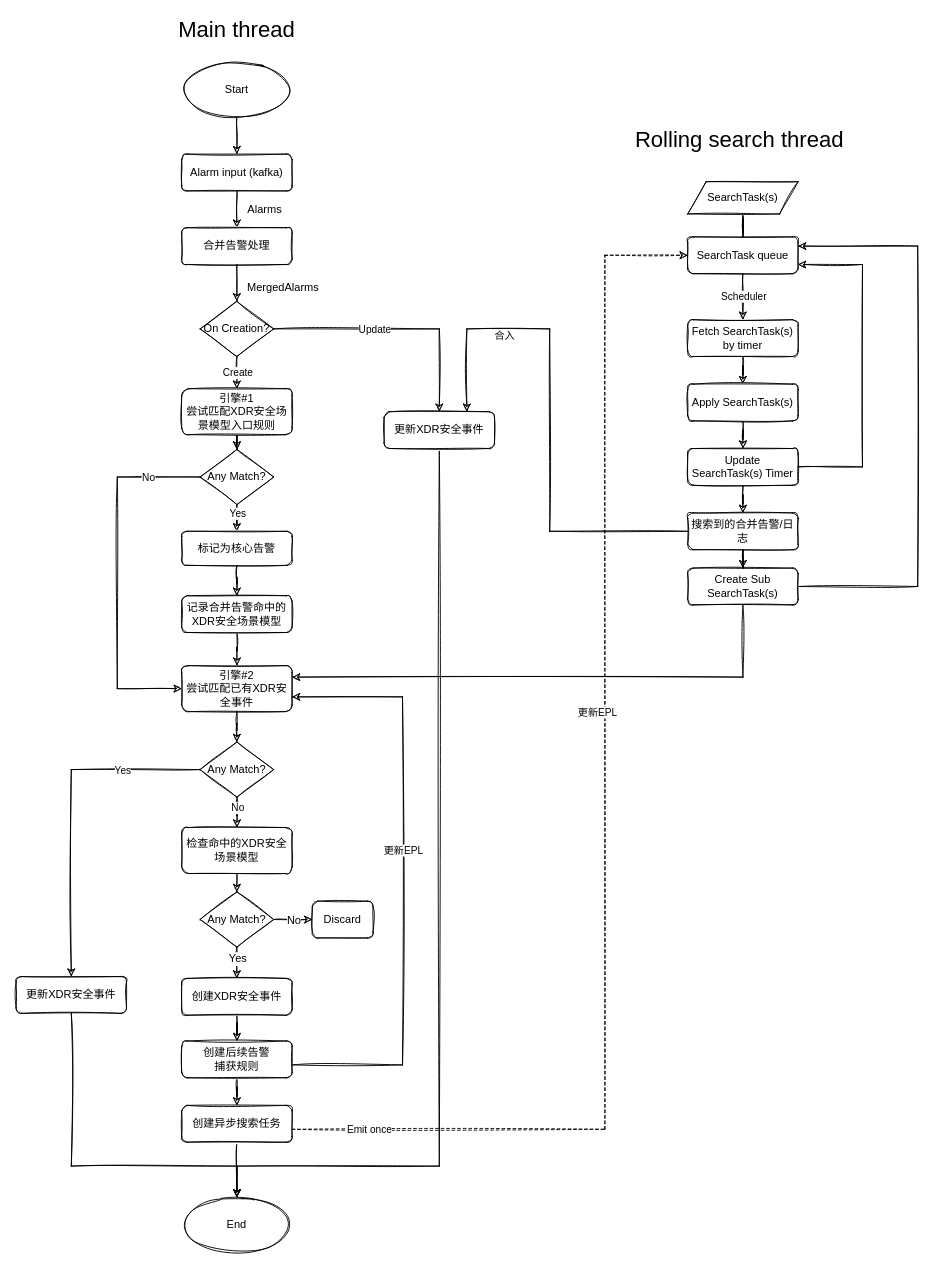
Above: Brain2.0-xdr-incident-flow.drawio in popvlovs/popvlovs-repository (draw.io), before the change. Source tidied: cells renumbered, new cells numbered last; positions are measured from the earlier drawing's top-left corner, leaving out a move shared by most shapes. Both pictures are drawn from the tidied source at 92%, with x=0, y=0 at pixel (16, 16).
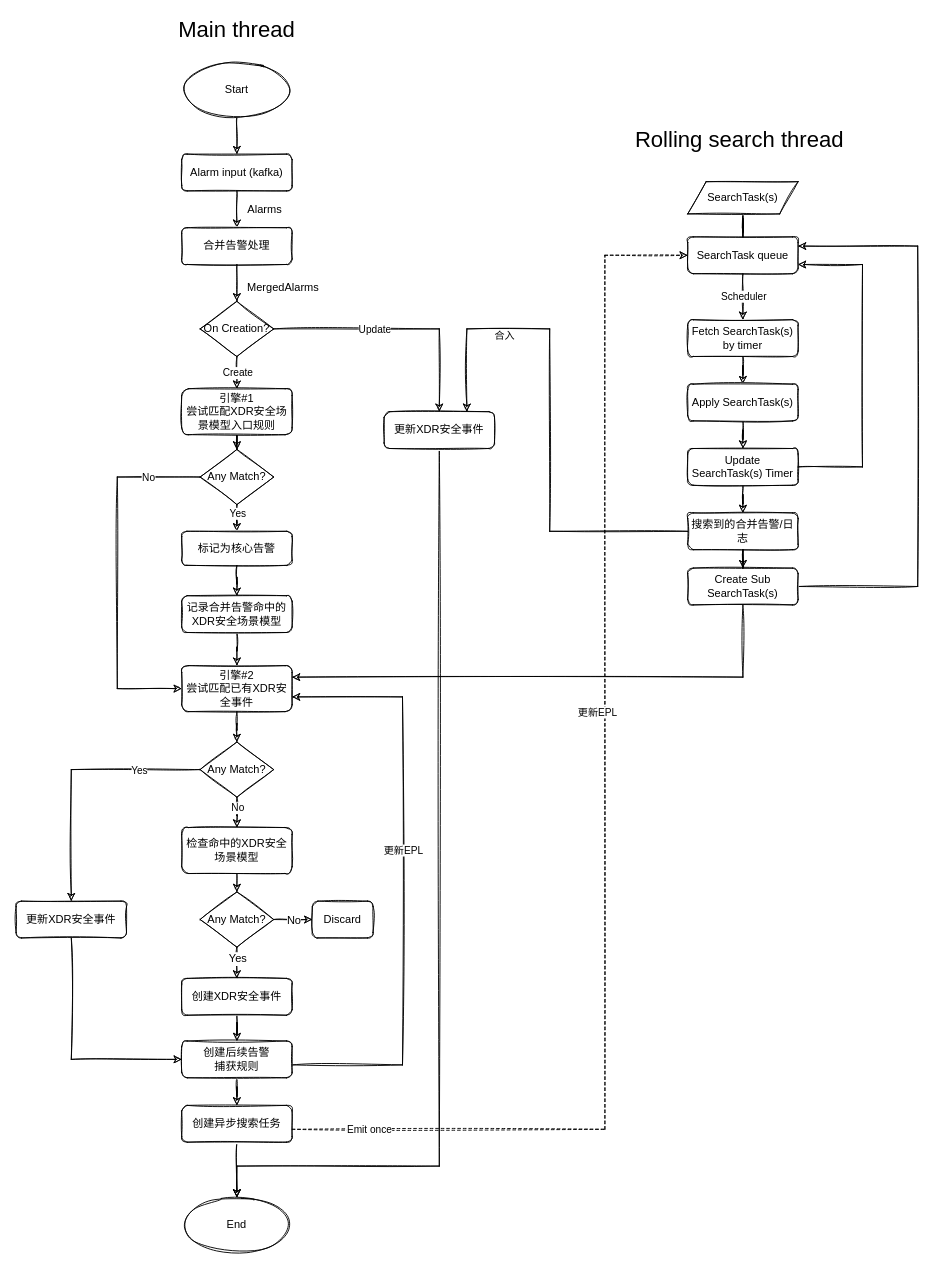
The same diagram, later.

Unchanged cells that the change refers to:
```xml
<mxCell id="32" value="End" style="ellipse;whiteSpace=wrap;html=1;sketch=1;" parent="1" vertex="1">
  <mxGeometry x="180" y="1284" width="120" height="60" as="geometry" />
</mxCell>
<mxCell id="36" value="创建后续告警&lt;br&gt;捕获规则" style="rounded=1;whiteSpace=wrap;html=1;fontSize=12;glass=0;strokeWidth=1;shadow=0;sketch=1;" parent="1" vertex="1">
  <mxGeometry x="180" y="1114" width="120" height="40" as="geometry" />
</mxCell>
```

The edit, as a diff of the source:
```diff
@@
-    <mxCell id="24" style="edgeStyle=orthogonalEdgeStyle;rounded=0;jettySize=auto;html=1;entryX=0.5;entryY=0;entryDx=0;entryDy=0;sketch=1;" parent="1" edge="1" source="25" target="32">
+    <mxCell id="24" style="edgeStyle=orthogonalEdgeStyle;rounded=0;jettySize=auto;html=1;sketch=1;" parent="1" edge="1" source="25" target="36">
       <mxGeometry relative="1" as="geometry">
         <Array as="points">
-          <mxPoint x="60" y="1250" />
-          <mxPoint x="240" y="1250" />
+          <mxPoint x="60" y="1134" />
         </Array>
       </mxGeometry>
     </mxCell>
     <mxCell id="25" value="更新XDR安全事件" style="rounded=1;whiteSpace=wrap;html=1;fontSize=12;glass=0;strokeWidth=1;shadow=0;sketch=1;" parent="1" vertex="1">
-      <mxGeometry y="1044" width="120" height="40" as="geometry" />
+      <mxGeometry y="962" width="120" height="40" as="geometry" />
     </mxCell>
```
